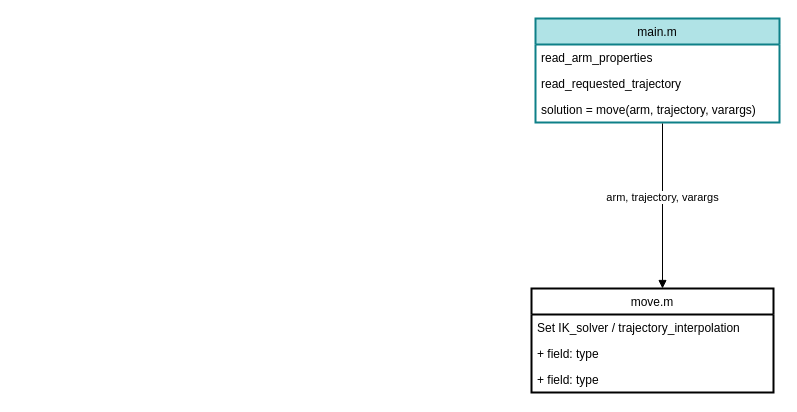
Earlier version of the draw.io diagram Untitled Diagram.drawio (ZeeAlmusa/manipulator_simulator). Source tidied: cells renumbered, new cells numbered last; positions are measured from the earlier drawing's top-left corner, leaving out a move shared by most shapes. Both pictures are drawn from the tidied source at 100%, with x=0, y=0 at pixel (531, 18).
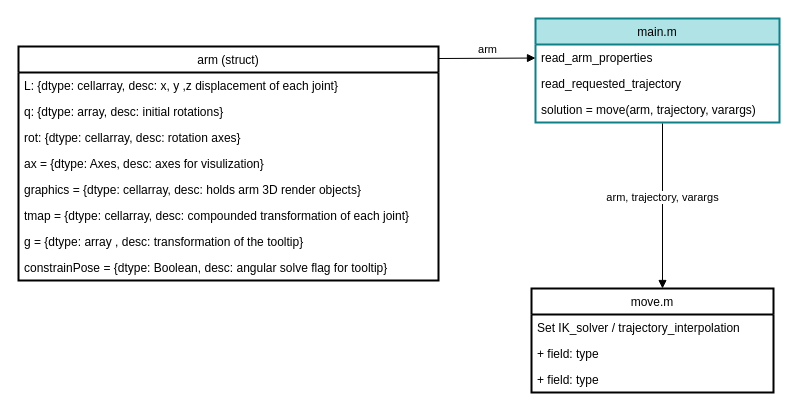
The same diagram, later.

The change refers to these unchanged cells:
```xml
<mxCell id="3" value="read_arm_properties" style="text;strokeColor=none;fillColor=none;align=left;verticalAlign=top;spacingLeft=4;spacingRight=4;overflow=hidden;points=[[0,0.5],[1,0.5]];portConstraint=eastwest;" parent="2" vertex="1">
  <mxGeometry y="26" width="244" height="26" as="geometry" />
</mxCell>
```

What changed in the source:
```diff
@@
+    <mxCell id="11" value="arm (struct)" style="swimlane;fontStyle=0;horizontal=1;startSize=26;fillColor=none;strokeWidth=2;" parent="1" vertex="1">
+      <mxGeometry x="-513" y="28" width="420" height="234" as="geometry" />
+    </mxCell>
+    <mxCell id="12" value="L: {dtype: cellarray, desc: x, y ,z displacement of each joint} " style="text;strokeColor=none;fillColor=none;align=left;verticalAlign=top;spacingLeft=4;spacingRight=4;overflow=hidden;" parent="11" vertex="1">
+      <mxGeometry y="26" width="420" height="26" as="geometry" />
+    </mxCell>
+    <mxCell id="13" value="q: {dtype: array, desc: initial rotations}" style="text;strokeColor=none;fillColor=none;align=left;verticalAlign=top;spacingLeft=4;spacingRight=4;overflow=hidden;" parent="11" vertex="1">
+      <mxGeometry y="52" width="420" height="26" as="geometry" />
+    </mxCell>
+    <mxCell id="14" value="rot: {dtype: cellarray, desc: rotation axes}" style="text;strokeColor=none;fillColor=none;align=left;verticalAlign=top;spacingLeft=4;spacingRight=4;overflow=hidden;" parent="11" vertex="1">
+      <mxGeometry y="78" width="420" height="26" as="geometry" />
+    </mxCell>
+    <mxCell id="15" value="ax = {dtype: Axes, desc: axes for visulization}" style="text;strokeColor=none;fillColor=none;align=left;verticalAlign=top;spacingLeft=4;spacingRight=4;overflow=hidden;" parent="11" vertex="1">
+      <mxGeometry y="104" width="420" height="26" as="geometry" />
+    </mxCell>
+    <mxCell id="16" value="graphics = {dtype: cellarray, desc: holds arm 3D render objects}" style="text;strokeColor=none;fillColor=none;align=left;verticalAlign=top;spacingLeft=4;spacingRight=4;overflow=hidden;" parent="11" vertex="1">
+      <mxGeometry y="130" width="420" height="26" as="geometry" />
+    </mxCell>
+    <mxCell id="17" value="tmap = {dtype: cellarray, desc: compounded transformation of each joint}" style="text;strokeColor=none;fillColor=none;align=left;verticalAlign=top;spacingLeft=4;spacingRight=4;overflow=hidden;" parent="11" vertex="1">
+      <mxGeometry y="156" width="420" height="26" as="geometry" />
+    </mxCell>
+    <mxCell id="18" value="g = {dtype: array , desc: transformation of the tooltip}" style="text;strokeColor=none;fillColor=none;align=left;verticalAlign=top;spacingLeft=4;spacingRight=4;overflow=hidden;" parent="11" vertex="1">
+      <mxGeometry y="182" width="420" height="26" as="geometry" />
+    </mxCell>
+    <mxCell id="19" value="constrainPose = {dtype: Boolean, desc: angular solve flag for tooltip}" style="text;strokeColor=none;fillColor=none;align=left;verticalAlign=top;spacingLeft=4;spacingRight=4;overflow=hidden;" parent="11" vertex="1">
+      <mxGeometry y="208" width="420" height="26" as="geometry" />
+    </mxCell>
+    <mxCell id="20" value="arm" style="html=1;verticalAlign=bottom;endArrow=block;" parent="1" edge="1" target="3">
+      <mxGeometry relative="1" as="geometry">
+        <mxPoint x="-93" y="40" as="sourcePoint" />
+      </mxGeometry>
+    </mxCell>
```
